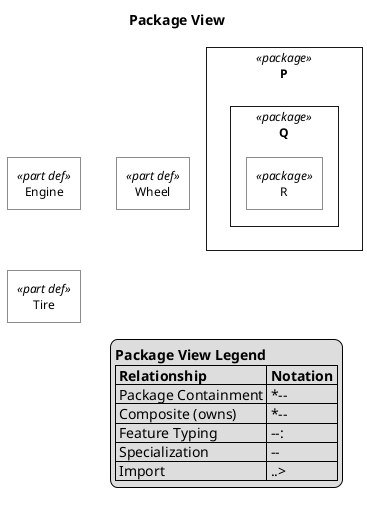
The PlantUML diagram plantuml-examples/08-package-view.png in mycr0ft/sysmlpy, before a commit. The source it was exported from:
```plantuml
@startuml

skinparam monochrome true
skinparam wrapWidth 300
skinparam defaultFontSize 12
skinparam defaultFontName Helvetica

skinparam rectangle<<package>> {
    RoundCorner 0
    BackgroundColor white
}
skinparam rectangle<<part def>> {
    RoundCorner 0
    BackgroundColor white
}
skinparam rectangle<<part>> {
    RoundCorner 15
    BackgroundColor white
}
skinparam rectangle<<item def>> {
    RoundCorner 0
    BackgroundColor white
}
skinparam rectangle<<item>> {
    RoundCorner 15
    BackgroundColor white
}
skinparam rectangle<<action def>> {
    RoundCorner 0
    BackgroundColor white
}
skinparam rectangle<<action>> {
    RoundCorner 15
    BackgroundColor white
}
skinparam rectangle<<attribute def>> {
    RoundCorner 0
    BackgroundColor white
}
skinparam rectangle<<attribute>> {
    RoundCorner 15
    BackgroundColor white
}
skinparam rectangle<<requirement def>> {
    RoundCorner 0
    BackgroundColor white
}
skinparam rectangle<<requirement>> {
    RoundCorner 15
    BackgroundColor white
}
skinparam rectangle<<view def>> {
    RoundCorner 0
    BackgroundColor white
}
skinparam rectangle<<view>> {
    RoundCorner 15
    BackgroundColor white
}
skinparam folder<<view def>> {
    RoundCorner 0
    BackgroundColor white
}
skinparam folder<<view>> {
    RoundCorner 15
    BackgroundColor white
}

top to bottom direction

title Package View

hide circle

rectangle "P" as E4 <<package>> {
rectangle "Q" as E5 <<package>> {
rectangle "R" as E6 <<package>>
}
}
rectangle "Engine" as E1 <<part def>>
rectangle "Wheel" as E2 <<part def>>
rectangle "Tire" as E3 <<part def>>


legend right
  <b>Package View Legend</b>
  |= Relationship |= Notation |
  | Package Containment | *-- |
  | Composite (owns) | *-- |
  | Feature Typing | --:|> |
  | Specialization | --|> |
  | Import | ..> |
endlegend

@enduml
```
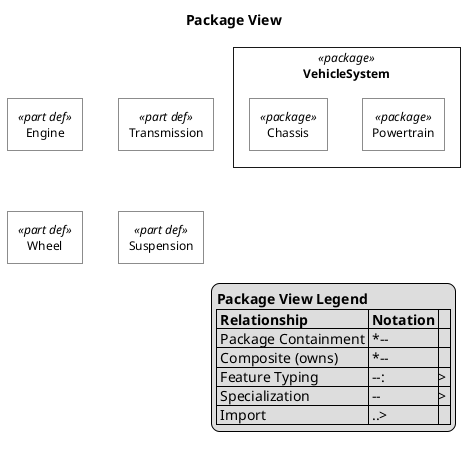
After the commit.

Diff of the diagram source:
```diff
@@ -72,14 +72,14 @@
 
 hide circle
 
-rectangle "P" as E4 <<package>> {
-rectangle "Q" as E5 <<package>> {
-rectangle "R" as E6 <<package>>
-}
+rectangle "VehicleSystem" as E5 <<package>> {
+rectangle "Powertrain" as E6 <<package>>
+rectangle "Chassis" as E7 <<package>>
 }
 rectangle "Engine" as E1 <<part def>>
-rectangle "Wheel" as E2 <<part def>>
-rectangle "Tire" as E3 <<part def>>
+rectangle "Transmission" as E2 <<part def>>
+rectangle "Wheel" as E3 <<part def>>
+rectangle "Suspension" as E4 <<part def>>
 
 
 legend right
```
